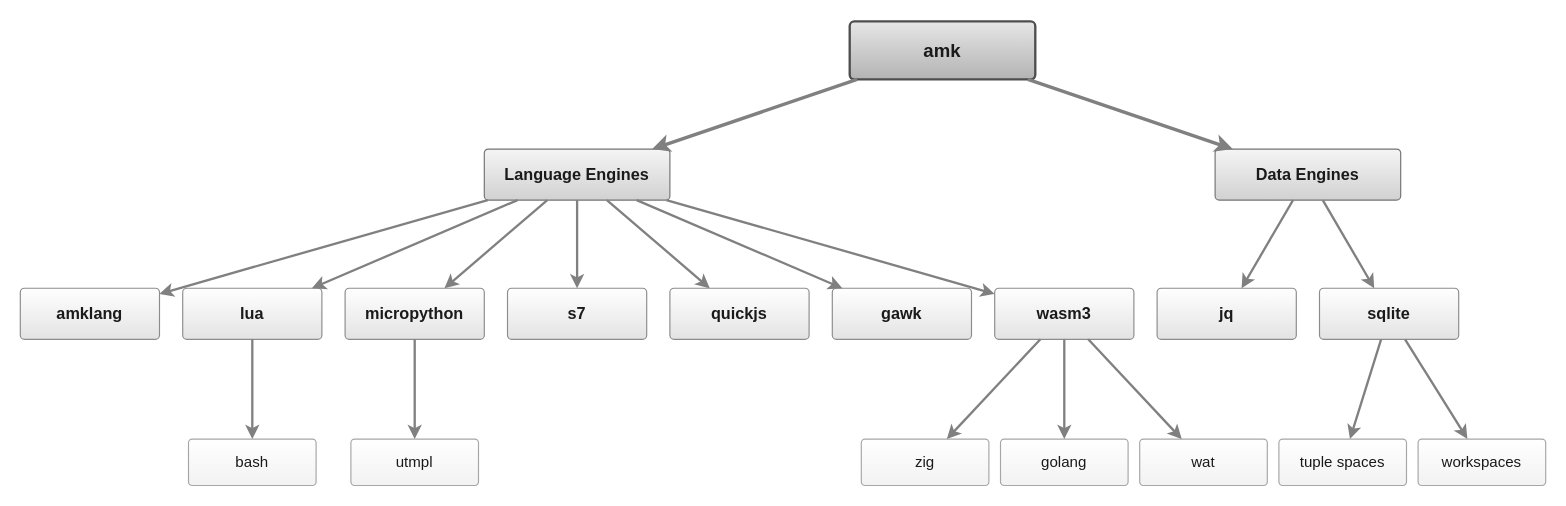
Earlier version of the draw.io diagram docs/img/engines.drawio (Robot-Wranglers/ape-make). Source tidied: cells renumbered, new cells numbered last; positions are measured from the earlier drawing's top-left corner, leaving out a move shared by most shapes. Both pictures are drawn from the tidied source at 116%, with x=0, y=0 at pixel (20, 21).
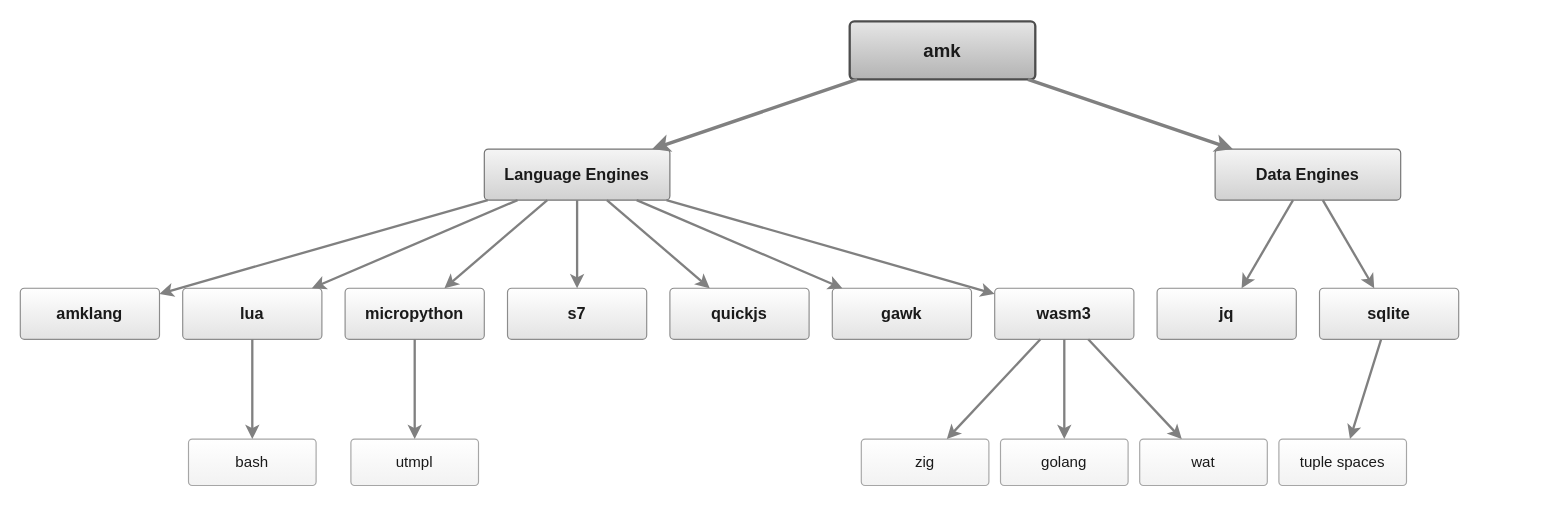
Above is the later version.

Unchanged cells that the change refers to:
```xml
<mxCell id="13" value="&lt;b&gt;sqlite&lt;/b&gt;" style="rounded=1;arcSize=8;whiteSpace=wrap;html=1;fillColor=#FFFFFF;gradientColor=#E3E3E3;strokeColor=#8C8C8C;fontColor=#1a1a1a;fontSize=14;" parent="1" vertex="1">
  <mxGeometry x="1120" y="230" width="120" height="44" as="geometry" />
</mxCell>
```

Change to the diagram source:
```diff
@@
-    <mxCell id="20" value="workspaces" style="rounded=1;arcSize=8;whiteSpace=wrap;html=1;fillColor=#FFFFFF;gradientColor=#F2F2F2;strokeColor=#A6A6A6;fontColor=#1a1a1a;fontSize=13;" parent="1" vertex="1">
-      <mxGeometry x="1205" y="360" width="110" height="40" as="geometry" />
-    </mxCell>
@@
-    <mxCell id="38" style="html=1;endArrow=classic;strokeColor=#808080;strokeWidth=2;rounded=1;" parent="1" edge="1" source="13" target="20">
-      <mxGeometry relative="1" as="geometry" />
-    </mxCell>
```
